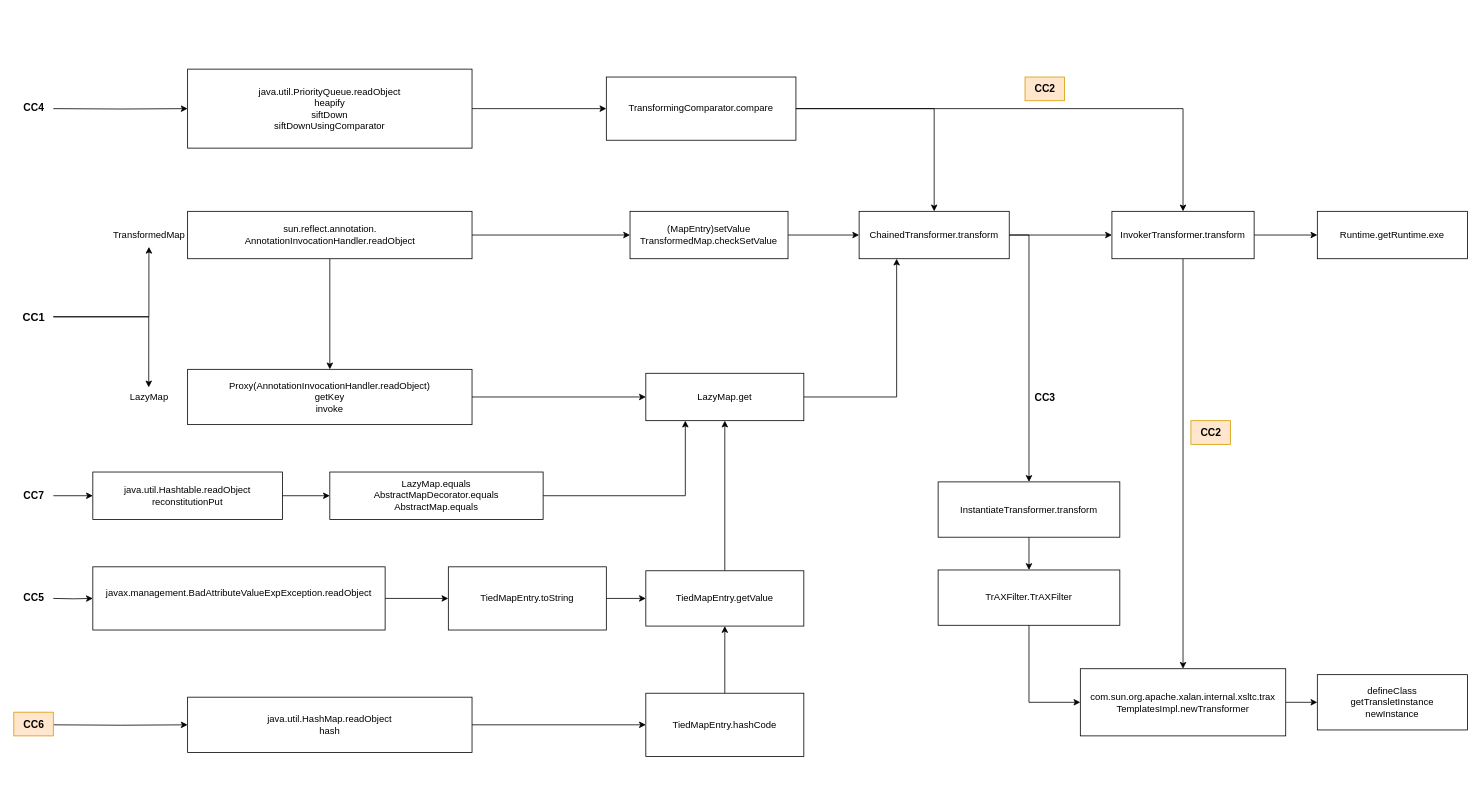
This is CC链/CC link.drawio from hututu2/Java-Study, a draw.io file, before an edit. Source tidied: cells renumbered, new cells numbered last; positions are measured from the earlier drawing's top-left corner, leaving out a move shared by most shapes. Both pictures are drawn from the tidied source at 79%, with x=0, y=0 at pixel (13, 69).
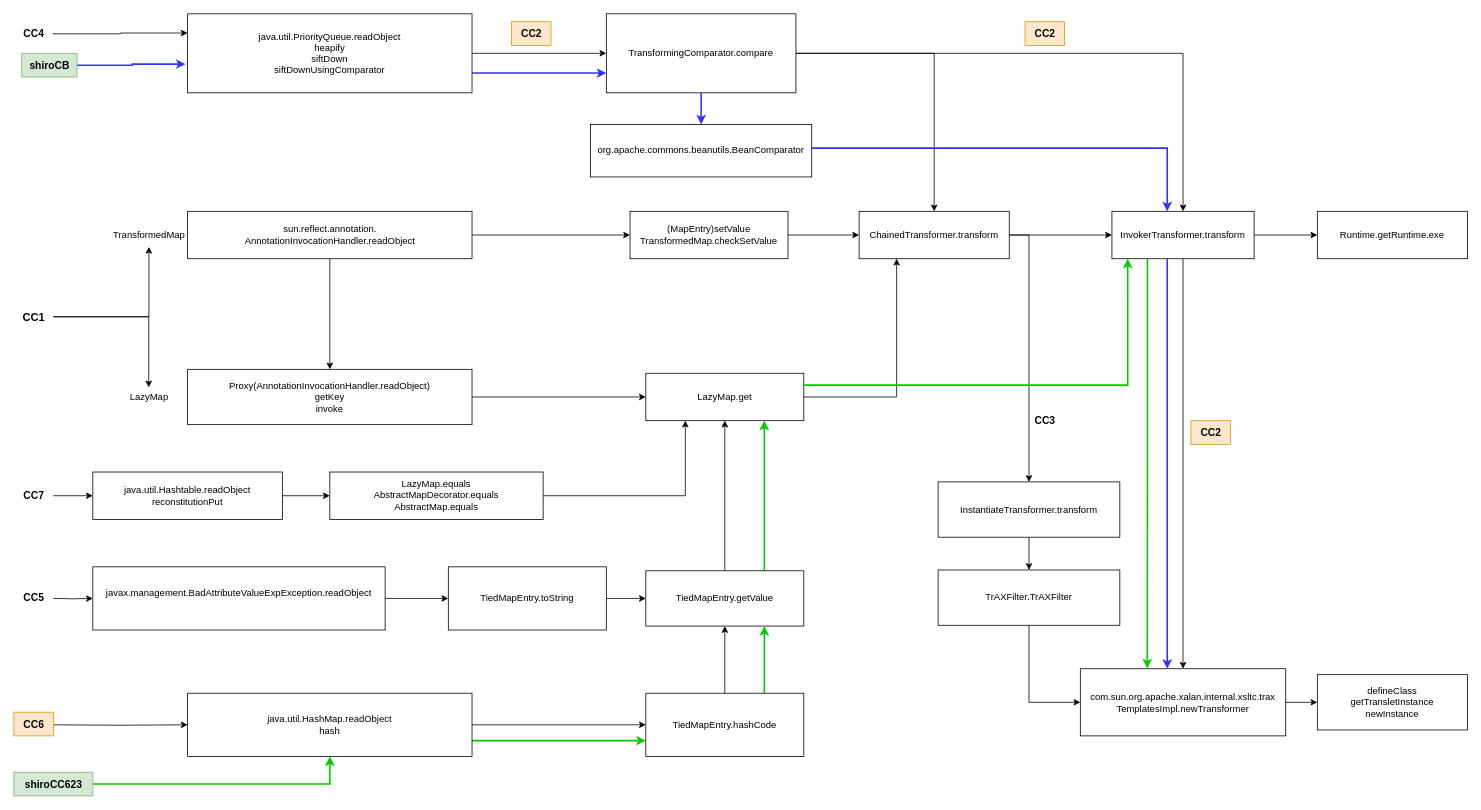
After the change.

Unchanged cells that the change refers to:
```xml
<mxCell id="12" value="LazyMap.get" style="rounded=0;whiteSpace=wrap;html=1;fontFamily=Helvetica;" parent="1" vertex="1">
  <mxGeometry x="800" y="385" width="200" height="60" as="geometry" />
</mxCell>
<mxCell id="16" value="TiedMapEntry.getValue" style="rounded=0;whiteSpace=wrap;html=1;fontFamily=Helvetica;" parent="1" vertex="1">
  <mxGeometry x="800" y="635" width="200" height="70" as="geometry" />
</mxCell>
<mxCell id="29" value="TiedMapEntry.hashCode" style="rounded=0;whiteSpace=wrap;html=1;fontFamily=Helvetica;" parent="1" vertex="1">
  <mxGeometry x="800" y="790" width="200" height="80" as="geometry" />
</mxCell>
<mxCell id="36" value="com.sun.org.apache.xalan.internal.xsltc.trax&lt;br&gt;TemplatesImpl.newTransformer" style="rounded=0;whiteSpace=wrap;html=1;fontFamily=Helvetica;" parent="1" vertex="1">
  <mxGeometry x="1350" y="759" width="260" height="85" as="geometry" />
</mxCell>
<mxCell id="39" value="InvokerTransformer.transform" style="rounded=0;whiteSpace=wrap;html=1;fontFamily=Helvetica;" parent="1" vertex="1">
  <mxGeometry x="1390" y="180" width="180" height="60" as="geometry" />
</mxCell>
```

Change to the diagram source:
```diff
@@
+    <mxCell id="60" style="edgeStyle=orthogonalEdgeStyle;rounded=0;jettySize=auto;html=1;exitX=0.75;exitY=0;exitDx=0;exitDy=0;entryX=0.75;entryY=1;entryDx=0;entryDy=0;fillColor=#d5e8d4;strokeColor=#00CC00;strokeWidth=2;" parent="1" edge="1" source="16" target="12">
+      <mxGeometry relative="1" as="geometry" />
+    </mxCell>
@@
+    <mxCell id="61" style="edgeStyle=orthogonalEdgeStyle;rounded=0;jettySize=auto;html=1;exitX=1;exitY=0.75;exitDx=0;exitDy=0;entryX=0;entryY=0.75;entryDx=0;entryDy=0;fillColor=#d5e8d4;strokeColor=#00CC00;strokeWidth=2;" parent="1" edge="1" source="18" target="29">
+      <mxGeometry relative="1" as="geometry" />
+    </mxCell>
     <mxCell id="18" value="java.util.HashMap.readObject&lt;br&gt;hash" style="rounded=0;whiteSpace=wrap;html=1;fontFamily=Helvetica;" parent="1" vertex="1">
-      <mxGeometry x="220" y="795" width="360" height="70" as="geometry" />
+      <mxGeometry x="220" y="790" width="360" height="80" as="geometry" />
     </mxCell>
@@
+    <mxCell id="62" style="edgeStyle=orthogonalEdgeStyle;rounded=0;jettySize=auto;html=1;exitX=0.75;exitY=0;exitDx=0;exitDy=0;entryX=0.75;entryY=1;entryDx=0;entryDy=0;fillColor=#d5e8d4;strokeColor=#00CC00;strokeWidth=2;" parent="1" edge="1" source="29" target="16">
+      <mxGeometry relative="1" as="geometry" />
+    </mxCell>
@@
+    <mxCell id="63" style="edgeStyle=orthogonalEdgeStyle;rounded=0;jettySize=auto;html=1;exitX=0.5;exitY=1;exitDx=0;exitDy=0;fillColor=#dae8fc;strokeColor=#3333FF;strokeWidth=2;" parent="1" edge="1" source="46" target="69">
+      <mxGeometry relative="1" as="geometry" />
+    </mxCell>
     <mxCell id="46" value="TransformingComparator.compare" style="rounded=0;whiteSpace=wrap;html=1;" parent="1" vertex="1">
-      <mxGeometry x="750" y="10" width="240" height="80" as="geometry" />
+      <mxGeometry x="750" y="-70" width="240" height="100" as="geometry" />
     </mxCell>
@@
+    <mxCell id="64" style="edgeStyle=orthogonalEdgeStyle;rounded=0;jettySize=auto;html=1;exitX=1;exitY=0.75;exitDx=0;exitDy=0;entryX=0;entryY=0.75;entryDx=0;entryDy=0;fillColor=#dae8fc;strokeColor=#3333FF;strokeWidth=2;" parent="1" edge="1" source="48" target="46">
+      <mxGeometry relative="1" as="geometry" />
+    </mxCell>
     <mxCell id="48" value="java.util.PriorityQueue.readObject&lt;br&gt;heapify&lt;br&gt;siftDown&lt;br&gt;siftDownUsingComparator" style="rounded=0;whiteSpace=wrap;html=1;" parent="1" vertex="1">
-      <mxGeometry x="220" width="360" height="100" as="geometry" />
+      <mxGeometry x="220" y="-70" width="360" height="100" as="geometry" />
     </mxCell>
-    <mxCell id="49" style="edgeStyle=orthogonalEdgeStyle;rounded=0;jettySize=auto;html=1;" parent="1" edge="1" target="48">
+    <mxCell id="49" style="edgeStyle=orthogonalEdgeStyle;rounded=0;orthogonalLoop=1;jettySize=auto;html=1;" parent="1" edge="1">
       <mxGeometry relative="1" as="geometry">
-        <mxPoint x="50" y="50" as="sourcePoint" />
+        <mxPoint x="50" y="-45.7" as="sourcePoint" />
+        <mxPoint x="220" y="-45.7" as="targetPoint" />
+        <Array as="points">
+          <mxPoint x="135" y="-44.7" />
+        </Array>
       </mxGeometry>
     </mxCell>
     <mxCell id="50" value="&lt;span style=&quot;font-size: 13px;&quot;&gt;&lt;font style=&quot;font-size: 13px;&quot;&gt;CC4&lt;/font&gt;&lt;/span&gt;" style="text;html=1;align=center;verticalAlign=middle;strokeColor=none;fillColor=none;fontSize=13;fontStyle=1;fontFamily=Helvetica;" parent="1" vertex="1">
-      <mxGeometry y="34" width="50" height="30" as="geometry" />
+      <mxGeometry y="-60" width="50" height="30" as="geometry" />
     </mxCell>
     <mxCell id="51" value="&lt;b style=&quot;font-size: 13px;&quot;&gt;CC2&lt;/b&gt;" style="text;html=1;align=center;verticalAlign=middle;strokeColor=#d79b00;fillColor=#ffe6cc;fontSize=13;fontFamily=Helvetica;" parent="1" vertex="1">
-      <mxGeometry x="1280" y="10" width="50" height="30" as="geometry" />
+      <mxGeometry x="1280" y="-60" width="50" height="30" as="geometry" />
     </mxCell>
@@
     <mxCell id="58" value="&lt;b style=&quot;font-size: 13px;&quot;&gt;CC3&lt;/b&gt;" style="text;html=1;align=center;verticalAlign=middle;strokeColor=none;fillColor=none;fontSize=13;fontFamily=Helvetica;" parent="1" vertex="1">
-      <mxGeometry x="1280" y="400" width="50" height="30" as="geometry" />
+      <mxGeometry x="1280" y="430" width="50" height="30" as="geometry" />
     </mxCell>
@@
+    <mxCell id="65" value="&lt;b style=&quot;font-size: 13px;&quot;&gt;CC2&lt;/b&gt;" style="text;html=1;align=center;verticalAlign=middle;strokeColor=#d79b00;fillColor=#ffe6cc;fontSize=13;fontFamily=Helvetica;" parent="1" vertex="1">
+      <mxGeometry x="630" y="-60" width="50" height="30" as="geometry" />
+    </mxCell>
+    <mxCell id="66" style="edgeStyle=orthogonalEdgeStyle;rounded=0;jettySize=auto;html=1;fillColor=#d5e8d4;strokeColor=#00CC00;strokeWidth=2;" parent="1" edge="1" source="67" target="18">
+      <mxGeometry relative="1" as="geometry" />
+    </mxCell>
+    <mxCell id="67" value="&lt;span style=&quot;font-size: 13px;&quot;&gt;&lt;font style=&quot;font-size: 13px;&quot;&gt;shiroCC623&lt;/font&gt;&lt;/span&gt;" style="text;html=1;align=center;verticalAlign=middle;points=[];strokeColor=#82b366;fillColor=#d5e8d4;fontSize=13;fontStyle=1;fontFamily=Helvetica;" parent="1" vertex="1">
+      <mxGeometry y="890" width="100" height="30" as="geometry" />
+    </mxCell>
+    <mxCell id="68" style="edgeStyle=orthogonalEdgeStyle;rounded=0;orthogonalLoop=1;jettySize=auto;html=1;exitX=1;exitY=0.5;exitDx=0;exitDy=0;fillColor=#dae8fc;strokeColor=#3333FF;strokeWidth=2;" parent="1" edge="1">
+      <mxGeometry relative="1" as="geometry">
+        <mxPoint x="1010" y="100" as="sourcePoint" />
+        <mxPoint x="1460" y="180" as="targetPoint" />
+        <Array as="points">
+          <mxPoint x="1460" y="99.8" />
+          <mxPoint x="1460" y="176.8" />
+        </Array>
+      </mxGeometry>
+    </mxCell>
+    <mxCell id="69" value="&lt;div style=&quot;&quot;&gt;&lt;div style=&quot;&quot;&gt;&lt;span style=&quot;background-color: rgb(255, 255, 255);&quot;&gt;&lt;font style=&quot;font-size: 12px;&quot;&gt;org.apache.commons.beanutils.BeanComparator&lt;/font&gt;&lt;/span&gt;&lt;/div&gt;&lt;/div&gt;" style="whiteSpace=wrap;html=1;" parent="1" vertex="1">
+      <mxGeometry x="730" y="70" width="280" height="66.5" as="geometry" />
+    </mxCell>
+    <mxCell id="70" style="edgeStyle=orthogonalEdgeStyle;rounded=0;jettySize=auto;html=1;exitX=0.25;exitY=1;exitDx=0;exitDy=0;entryX=0.326;entryY=-0.005;entryDx=0;entryDy=0;entryPerimeter=0;fillColor=#d5e8d4;strokeColor=#00CC00;strokeWidth=2;" parent="1" edge="1" source="39" target="36">
+      <mxGeometry relative="1" as="geometry" />
+    </mxCell>
+    <mxCell id="71" style="edgeStyle=orthogonalEdgeStyle;rounded=0;jettySize=auto;html=1;exitX=1;exitY=0.25;exitDx=0;exitDy=0;entryX=0.111;entryY=1;entryDx=0;entryDy=0;entryPerimeter=0;strokeColor=#00CC00;strokeWidth=2;" parent="1" edge="1" source="12" target="39">
+      <mxGeometry relative="1" as="geometry" />
+    </mxCell>
+    <mxCell id="72" style="edgeStyle=orthogonalEdgeStyle;rounded=0;orthogonalLoop=1;jettySize=auto;html=1;exitX=0.25;exitY=1;exitDx=0;exitDy=0;entryX=0.326;entryY=-0.005;entryDx=0;entryDy=0;entryPerimeter=0;fillColor=#dae8fc;strokeColor=#3333FF;strokeWidth=2;" parent="1" edge="1">
+      <mxGeometry relative="1" as="geometry">
+        <mxPoint x="1460" y="240" as="sourcePoint" />
+        <mxPoint x="1460" y="759" as="targetPoint" />
+      </mxGeometry>
+    </mxCell>
+    <mxCell id="73" style="edgeStyle=orthogonalEdgeStyle;rounded=0;jettySize=auto;html=1;entryX=-0.007;entryY=0.637;entryDx=0;entryDy=0;entryPerimeter=0;strokeWidth=2;strokeColor=#3333FF;" parent="1" edge="1" source="74" target="48">
+      <mxGeometry relative="1" as="geometry" />
+    </mxCell>
+    <mxCell id="74" value="&lt;span style=&quot;font-size: 13px;&quot;&gt;&lt;font style=&quot;font-size: 13px;&quot;&gt;shiroCB&lt;/font&gt;&lt;/span&gt;" style="text;html=1;align=center;verticalAlign=middle;points=[];strokeColor=#82b366;fillColor=#d5e8d4;fontSize=13;fontStyle=1;fontFamily=Helvetica;" parent="1" vertex="1">
+      <mxGeometry x="10" y="-20" width="70" height="30" as="geometry" />
+    </mxCell>
```
